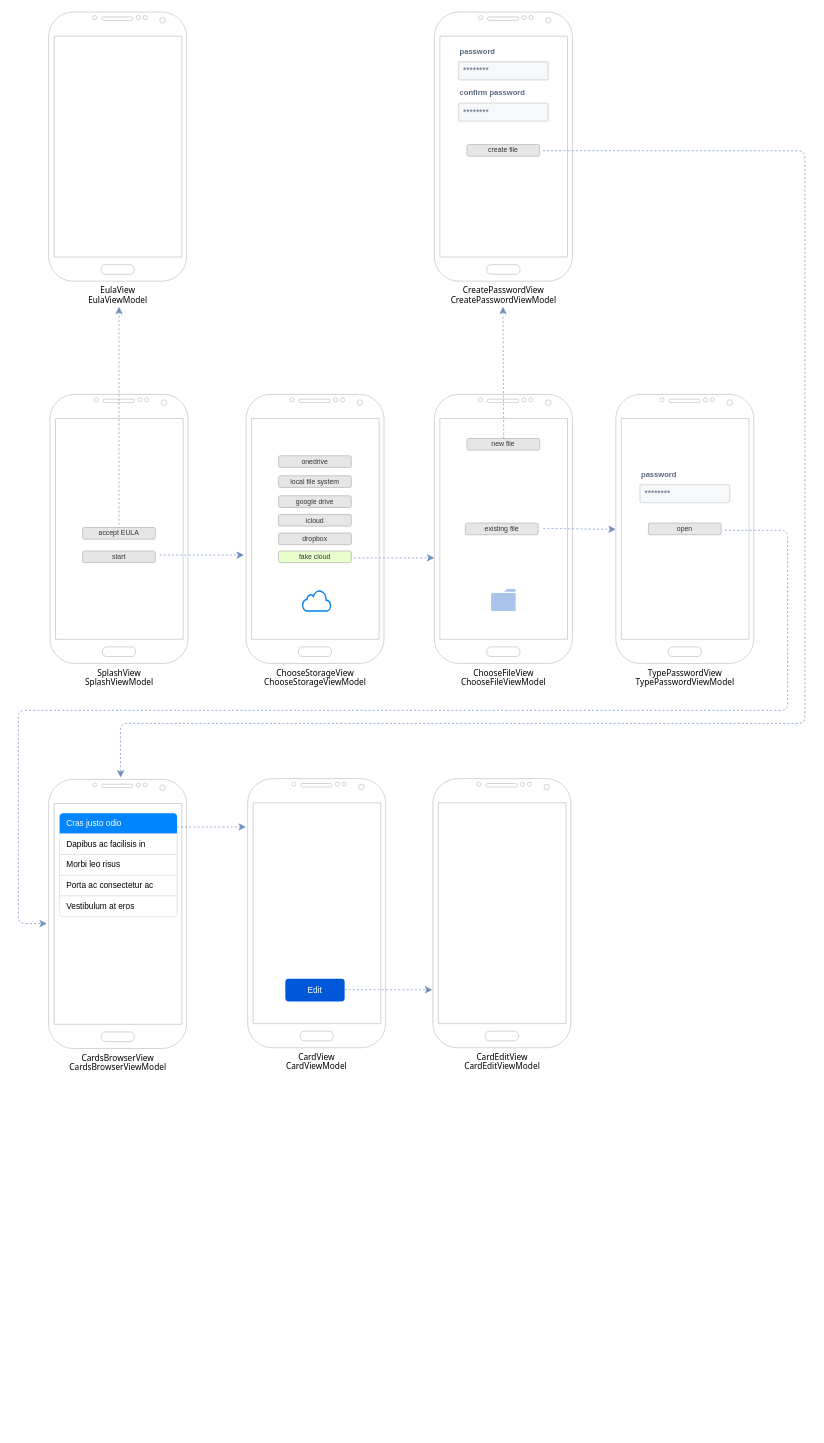
Before: docs/navigation.drawio in nicolgit/blast, a draw.io diagram. Source tidied: cells renumbered, new cells numbered last; positions are measured from the earlier drawing's top-left corner, leaving out a move shared by most shapes. Both pictures are drawn from the tidied source at 69%, with x=0, y=0 at pixel (18, 12).
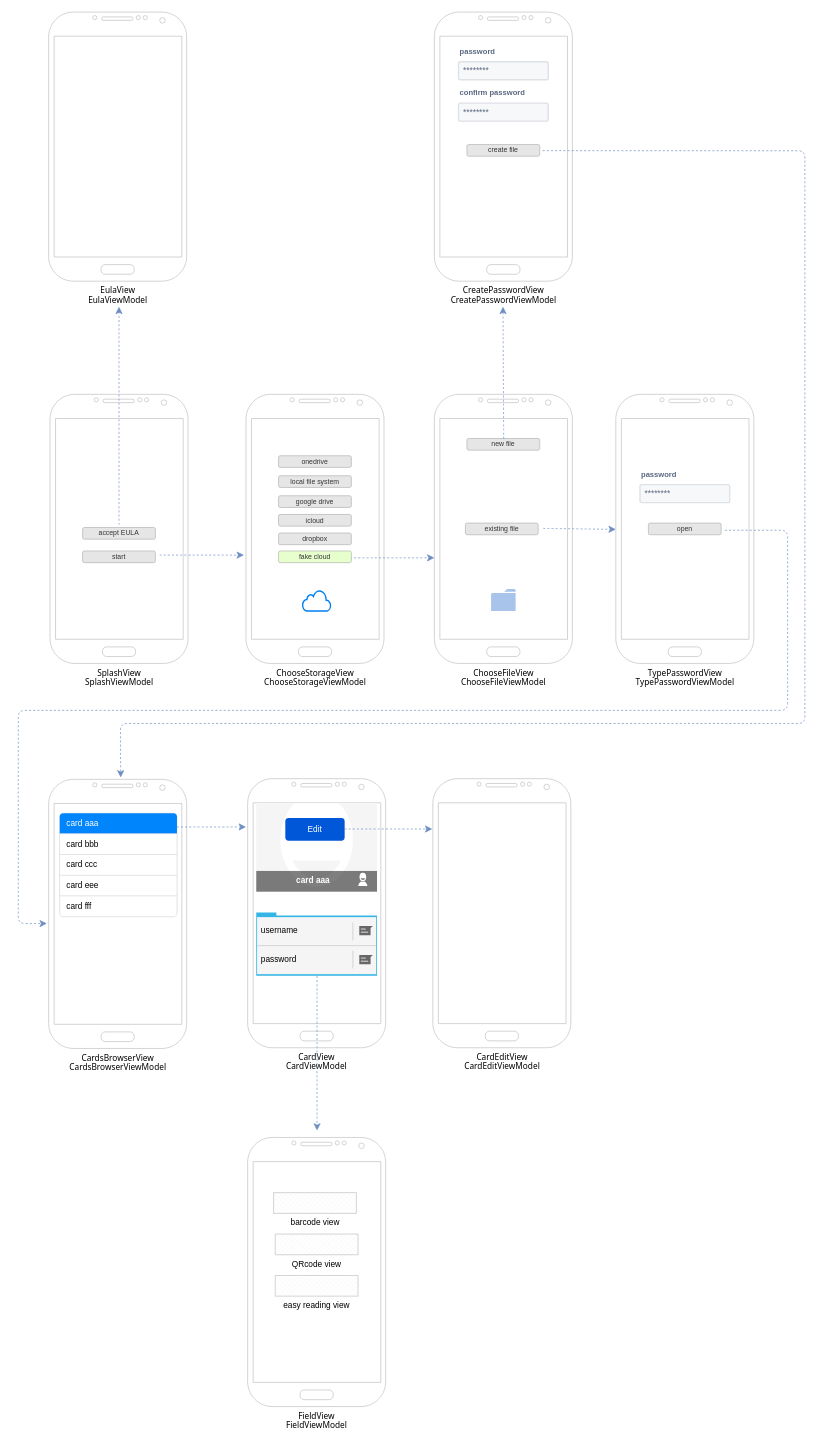
After the change.

Unchanged cells that the change refers to:
```xml
<mxCell id="37" style="html=1;shadow=0;dashed=0;shape=mxgraph.bootstrap.rrect;rSize=5;strokeColor=#DFDFDF;html=1;whiteSpace=wrap;fillColor=#FFFFFF;fontColor=#000000;" parent="1" vertex="1">
  <mxGeometry x="60" y="1161" width="170" height="150" as="geometry" />
</mxCell>
```

Diff of the diagram source:
```diff
@@
-    <mxCell id="38" value="Cras justo odio" style="html=1;shadow=0;dashed=0;shape=mxgraph.bootstrap.topButton;rSize=5;strokeColor=none;fillColor=#0085FC;fontColor=#ffffff;perimeter=none;whiteSpace=wrap;align=left;spacing=10;" parent="37" vertex="1">
+    <mxCell id="38" value="card aaa" style="html=1;shadow=0;dashed=0;shape=mxgraph.bootstrap.topButton;rSize=5;strokeColor=none;fillColor=#0085FC;fontColor=#ffffff;perimeter=none;whiteSpace=wrap;align=left;spacing=10;" parent="37" vertex="1">
       <mxGeometry width="170" height="30" relative="1" as="geometry" />
     </mxCell>
-    <mxCell id="39" value="Dapibus ac facilisis in" style="strokeColor=inherit;fillColor=inherit;gradientColor=inherit;fontColor=inherit;html=1;shadow=0;dashed=0;perimeter=none;whiteSpace=wrap;align=left;spacing=10;" parent="37" vertex="1">
+    <mxCell id="39" value="card bbb" style="strokeColor=inherit;fillColor=inherit;gradientColor=inherit;fontColor=inherit;html=1;shadow=0;dashed=0;perimeter=none;whiteSpace=wrap;align=left;spacing=10;" parent="37" vertex="1">
       <mxGeometry width="170" height="30" relative="1" as="geometry">
         <mxPoint y="30" as="offset" />
       </mxGeometry>
     </mxCell>
-    <mxCell id="40" value="Morbi leo risus" style="strokeColor=inherit;fillColor=inherit;gradientColor=inherit;fontColor=inherit;html=1;shadow=0;dashed=0;perimeter=none;whiteSpace=wrap;align=left;spacing=10;" parent="37" vertex="1">
+    <mxCell id="40" value="card ccc" style="strokeColor=inherit;fillColor=inherit;gradientColor=inherit;fontColor=inherit;html=1;shadow=0;dashed=0;perimeter=none;whiteSpace=wrap;align=left;spacing=10;" parent="37" vertex="1">
       <mxGeometry width="170" height="30" relative="1" as="geometry">
         <mxPoint y="60" as="offset" />
       </mxGeometry>
     </mxCell>
-    <mxCell id="41" value="Porta ac consectetur ac" style="strokeColor=inherit;fillColor=inherit;gradientColor=inherit;fontColor=inherit;html=1;shadow=0;dashed=0;perimeter=none;whiteSpace=wrap;align=left;spacing=10;" parent="37" vertex="1">
+    <mxCell id="41" value="card eee" style="strokeColor=inherit;fillColor=inherit;gradientColor=inherit;fontColor=inherit;html=1;shadow=0;dashed=0;perimeter=none;whiteSpace=wrap;align=left;spacing=10;" parent="37" vertex="1">
       <mxGeometry width="170" height="30" relative="1" as="geometry">
         <mxPoint y="90" as="offset" />
       </mxGeometry>
     </mxCell>
-    <mxCell id="42" value="Vestibulum at eros" style="strokeColor=inherit;fillColor=inherit;gradientColor=inherit;fontColor=inherit;html=1;shadow=0;dashed=0;shape=mxgraph.bootstrap.bottomButton;rSize=5;perimeter=none;whiteSpace=wrap;align=left;spacing=10;" parent="37" vertex="1">
+    <mxCell id="42" value="card fff" style="strokeColor=inherit;fillColor=inherit;gradientColor=inherit;fontColor=inherit;html=1;shadow=0;dashed=0;shape=mxgraph.bootstrap.bottomButton;rSize=5;perimeter=none;whiteSpace=wrap;align=left;spacing=10;" parent="37" vertex="1">
       <mxGeometry y="1" width="170" height="30" relative="1" as="geometry">
         <mxPoint y="-30" as="offset" />
       </mxGeometry>
     </mxCell>
@@
+    <mxCell id="47" style="strokeWidth=1;html=1;shadow=0;dashed=0;shape=mxgraph.android.quick_contact;sketch=0;" parent="1" vertex="1">
+      <mxGeometry x="344.9" y="1147" width="175" height="250" as="geometry" />
+    </mxCell>
+    <mxCell id="48" value="card aaa" style="strokeWidth=1;html=1;shadow=0;dashed=0;shape=mxgraph.android.anchor;rSize=0;fontStyle=1;fontColor=#FFFFFF;whiteSpace=wrap;" parent="1" vertex="1">
+      <mxGeometry x="340" y="1244.5" width="175" height="27.3" as="geometry" />
+    </mxCell>
+    <mxCell id="49" value="username" style="strokeWidth=1;html=1;shadow=0;dashed=0;shape=mxgraph.android.anchor;rSize=0;align=left;spacingLeft=10;whiteSpace=wrap;" parent="1" vertex="1">
+      <mxGeometry x="340" y="1309.6" width="140" height="42.4" as="geometry" />
+    </mxCell>
+    <mxCell id="50" value="password" style="strokeWidth=1;html=1;shadow=0;dashed=0;shape=mxgraph.android.anchor;rSize=0;align=left;spacingLeft=10;whiteSpace=wrap;" parent="1" vertex="1">
+      <mxGeometry x="340" y="1352.1" width="140" height="42.4" as="geometry" />
+    </mxCell>
     <mxCell id="45" value="Edit" style="rounded=1;fillColor=#0057D8;strokeColor=none;html=1;whiteSpace=wrap;fontColor=#ffffff;align=center;verticalAlign=middle;fontStyle=0;fontSize=12;sketch=0;" parent="1" vertex="1">
-      <mxGeometry x="387" y="1401" width="86" height="33" as="geometry" />
+      <mxGeometry x="387" y="1168" width="86" height="33" as="geometry" />
     </mxCell>
     <mxCell id="46" style="endArrow=classic;html=1;rounded=0;fontSize=12;startSize=8;endSize=8;curved=1;fillColor=#dae8fc;strokeColor=#6c8ebf;dashed=1;" parent="1" edge="1">
       <mxGeometry relative="1" as="geometry">
-        <mxPoint x="473" y="1416.9" as="sourcePoint" />
-        <mxPoint x="600" y="1417" as="targetPoint" />
+        <mxPoint x="473" y="1183.9" as="sourcePoint" />
+        <mxPoint x="600" y="1184" as="targetPoint" />
       </mxGeometry>
     </mxCell>
+    <mxCell id="51" value="FieldView&lt;br&gt;FieldViewModel" style="verticalLabelPosition=bottom;verticalAlign=top;html=1;shadow=0;dashed=0;strokeWidth=1;shape=mxgraph.android.phone2;strokeColor=#c0c0c0;fontSize=12;fontFamily=Tahoma;" parent="1" vertex="1">
+      <mxGeometry x="332.4" y="1631" width="200" height="390" as="geometry" />
+    </mxCell>
+    <mxCell id="52" value="barcode view" style="verticalLabelPosition=bottom;verticalAlign=top;html=1;shape=mxgraph.basic.patternFillRect;fillStyle=diagGrid;step=5;fillStrokeWidth=0.2;fillStrokeColor=#dddddd;strokeColor=#C0C0C0;" parent="1" vertex="1">
+      <mxGeometry x="370" y="1711" width="120" height="30" as="geometry" />
+    </mxCell>
+    <mxCell id="53" value="QRcode view" style="verticalLabelPosition=bottom;verticalAlign=top;html=1;shape=mxgraph.basic.patternFillRect;fillStyle=diagGrid;step=5;fillStrokeWidth=0.2;fillStrokeColor=#dddddd;strokeColor=#C0C0C0;" parent="1" vertex="1">
+      <mxGeometry x="372.4" y="1771" width="120" height="30" as="geometry" />
+    </mxCell>
+    <mxCell id="54" value="easy reading view" style="verticalLabelPosition=bottom;verticalAlign=top;html=1;shape=mxgraph.basic.patternFillRect;fillStyle=diagGrid;step=5;fillStrokeWidth=0.2;fillStrokeColor=#dddddd;strokeColor=#C0C0C0;" parent="1" vertex="1">
+      <mxGeometry x="372.4" y="1831" width="120" height="30" as="geometry" />
+    </mxCell>
+    <mxCell id="55" style="endArrow=classic;html=1;rounded=0;fontSize=12;startSize=8;endSize=8;curved=1;fillColor=#dae8fc;strokeColor=#6c8ebf;dashed=1;" parent="1" edge="1">
+      <mxGeometry relative="1" as="geometry">
+        <mxPoint x="433" y="1397" as="sourcePoint" />
+        <mxPoint x="433" y="1621" as="targetPoint" />
+      </mxGeometry>
+    </mxCell>
```
